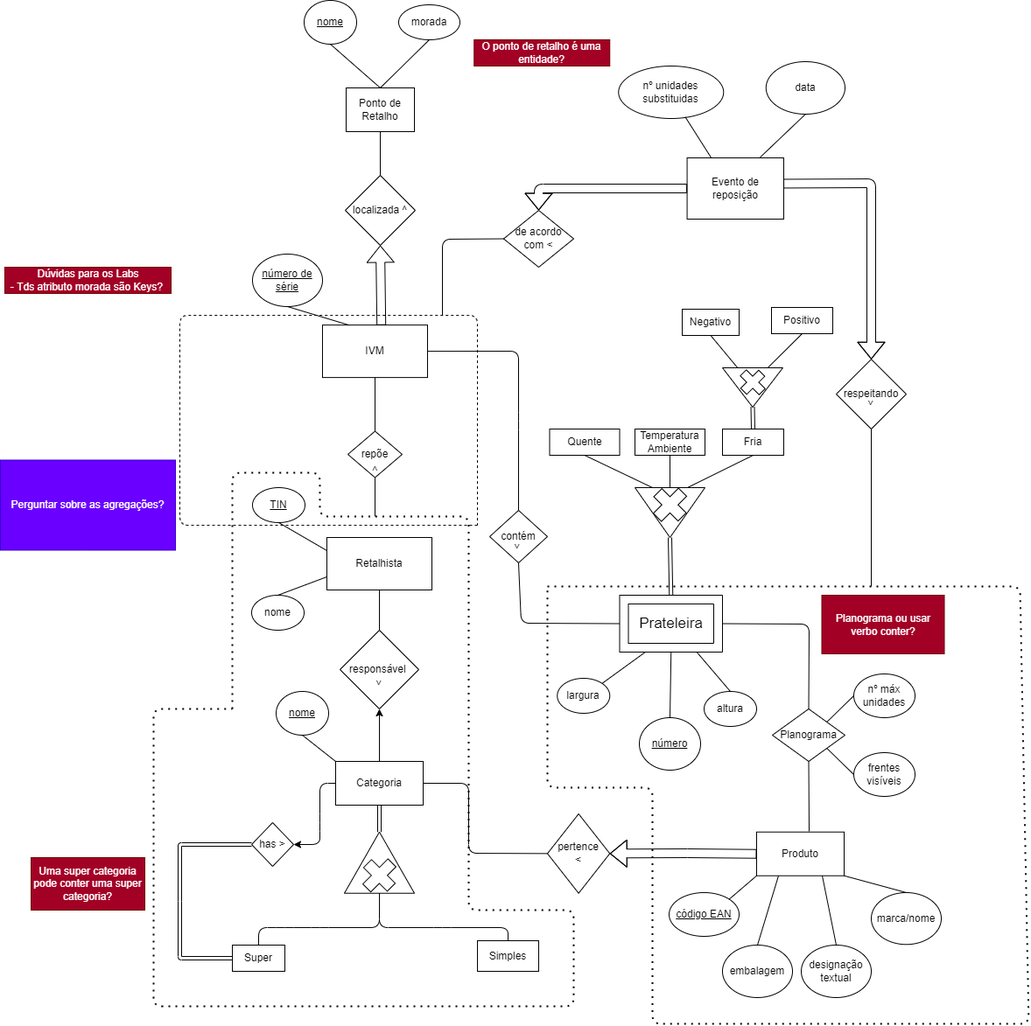
Above: Parte1/Projeto1.png in CaGonJo/BD_Project (draw.io), before the change. Source tidied: cells renumbered, new cells last; positions are measured from the earlier drawing's top-left corner, leaving out a move shared by most shapes.
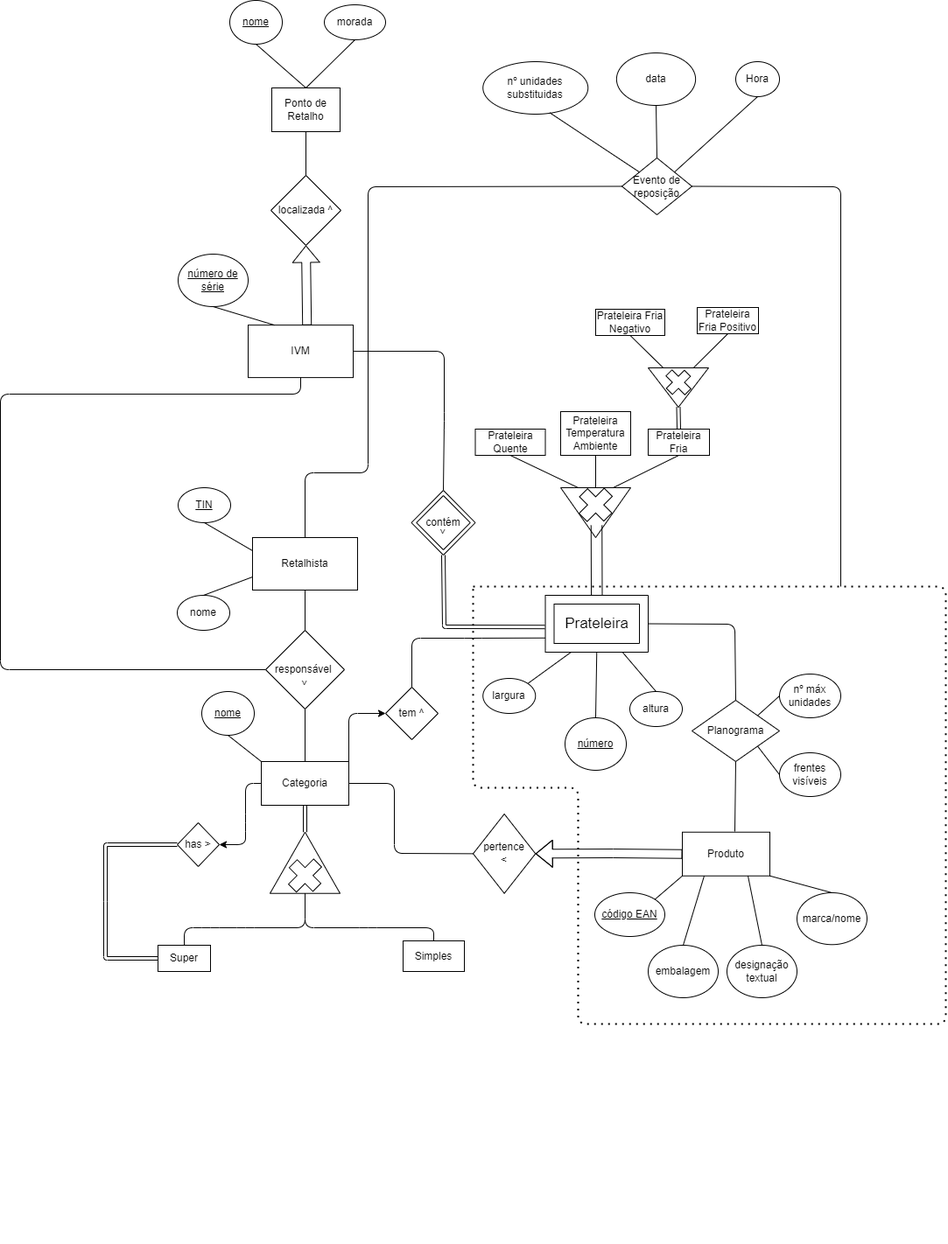
After the commit.

Change to the diagram source:
```diff
@@ -13,5 +13,9 @@
     </mxCell>
-    <mxCell id="5" style="edgeStyle=none;html=1;exitX=0.5;exitY=0;exitDx=0;exitDy=0;entryX=0.5;entryY=1;entryDx=0;entryDy=0;" parent="1" edge="1" source="6" target="65">
-      <mxGeometry relative="1" as="geometry" />
-    </mxCell>
+    <mxCell id="105" style="edgeStyle=none;html=1;exitX=1;exitY=0;exitDx=0;exitDy=0;entryX=0;entryY=0.5;entryDx=0;entryDy=0;" parent="1" edge="1" source="6" target="107">
+      <mxGeometry relative="1" as="geometry">
+        <Array as="points">
+          <mxPoint x="483" y="815" />
+        </Array>
+      </mxGeometry>
+    </mxCell>
     <mxCell id="6" value="Categoria" style="rounded=0;whiteSpace=wrap;html=1;" parent="1" vertex="1">
@@ -89,6 +93,6 @@
     </mxCell>
-    <mxCell id="24" value="Fria" style="rounded=0;whiteSpace=wrap;html=1;" parent="1" vertex="1">
+    <mxCell id="24" value="Prateleira Fria" style="rounded=0;whiteSpace=wrap;html=1;" parent="1" vertex="1">
       <mxGeometry x="825" y="490" width="70" height="30" as="geometry" />
     </mxCell>
-    <mxCell id="25" value="Quente" style="rounded=0;whiteSpace=wrap;html=1;" parent="1" vertex="1">
+    <mxCell id="25" value="Prateleira Quente" style="rounded=0;whiteSpace=wrap;html=1;" parent="1" vertex="1">
       <mxGeometry x="627.5" y="490" width="80" height="30" as="geometry" />
@@ -101,10 +105,10 @@
     </mxCell>
-    <mxCell id="28" value="Negativo" style="rounded=0;whiteSpace=wrap;html=1;" parent="1" vertex="1">
-      <mxGeometry x="779" y="353" width="65" height="30" as="geometry" />
+    <mxCell id="28" value="Prateleira Fria Negativo" style="rounded=0;whiteSpace=wrap;html=1;" parent="1" vertex="1">
+      <mxGeometry x="765" y="353" width="79" height="30" as="geometry" />
     </mxCell>
-    <mxCell id="29" value="Positivo" style="rounded=0;whiteSpace=wrap;html=1;" parent="1" vertex="1">
+    <mxCell id="29" value="Prateleira Fria Positivo" style="rounded=0;whiteSpace=wrap;html=1;" parent="1" vertex="1">
       <mxGeometry x="881" y="351" width="70" height="30" as="geometry" />
     </mxCell>
-    <mxCell id="30" value="Temperatura Ambiente" style="rounded=0;whiteSpace=wrap;html=1;" parent="1" vertex="1">
-      <mxGeometry x="725" y="490" width="80" height="30" as="geometry" />
+    <mxCell id="30" value="Prateleira Temperatura Ambiente" style="rounded=0;whiteSpace=wrap;html=1;" parent="1" vertex="1">
+      <mxGeometry x="725" y="470" width="80" height="50" as="geometry" />
     </mxCell>
@@ -141,3 +145,3 @@
     <mxCell id="41" value="Planograma" style="rhombus;whiteSpace=wrap;html=1;" parent="1" vertex="1">
-      <mxGeometry x="882" y="810" width="83" height="60" as="geometry" />
+      <mxGeometry x="875" y="800" width="100" height="70" as="geometry" />
     </mxCell>
@@ -183,4 +187,6 @@
     </mxCell>
-    <mxCell id="51" style="shape=link;html=1;exitX=1;exitY=0.5;exitDx=0;exitDy=0;entryX=0.5;entryY=0;entryDx=0;entryDy=0;entryPerimeter=0;" parent="1" edge="1" source="21" target="23">
-      <mxGeometry relative="1" as="geometry" />
+    <mxCell id="51" style="shape=link;html=1;entryX=0.5;entryY=0;entryDx=0;entryDy=0;entryPerimeter=0;width=12.5;" parent="1" edge="1" target="23">
+      <mxGeometry relative="1" as="geometry">
+        <mxPoint x="766" y="600" as="sourcePoint" />
+      </mxGeometry>
     </mxCell>
@@ -237,17 +243,3 @@
     </mxCell>
-    <mxCell id="67" value="repõe" style="rhombus;whiteSpace=wrap;html=1;" parent="1" vertex="1">
-      <mxGeometry x="397" y="492.5" width="62" height="53" as="geometry" />
-    </mxCell>
-    <mxCell id="68" style="endArrow=none;html=1;exitX=0.5;exitY=0;exitDx=0;exitDy=0;entryX=0.5;entryY=1;entryDx=0;entryDy=0;" parent="1" edge="1" source="67" target="2">
-      <mxGeometry relative="1" as="geometry" />
-    </mxCell>
-    <mxCell id="69" style="endArrow=none;html=1;entryX=0.5;entryY=1;entryDx=0;entryDy=0;" parent="1" edge="1" target="67">
-      <mxGeometry relative="1" as="geometry">
-        <mxPoint x="428" y="590" as="sourcePoint" />
-      </mxGeometry>
-    </mxCell>
-    <mxCell id="70" value="contém&lt;br&gt;" style="rhombus;whiteSpace=wrap;html=1;" parent="1" vertex="1">
-      <mxGeometry x="559" y="583" width="66" height="60" as="geometry" />
-    </mxCell>
-    <mxCell id="71" style="endArrow=none;html=1;exitX=1;exitY=0.5;exitDx=0;exitDy=0;entryX=0.5;entryY=0;entryDx=0;entryDy=0;" parent="1" edge="1" source="2" target="70">
+    <mxCell id="71" style="endArrow=none;html=1;exitX=1;exitY=0.5;exitDx=0;exitDy=0;entryX=0.5;entryY=0;entryDx=0;entryDy=0;" parent="1" edge="1" source="2" target="127">
       <mxGeometry relative="1" as="geometry">
@@ -259,15 +251,2 @@
     </mxCell>
-    <mxCell id="72" style="endArrow=none;html=1;exitX=0.5;exitY=1;exitDx=0;exitDy=0;entryX=0;entryY=0.5;entryDx=0;entryDy=0;entryPerimeter=0;" parent="1" edge="1" source="70" target="23">
-      <mxGeometry relative="1" as="geometry">
-        <Array as="points">
-          <mxPoint x="595" y="712" />
-        </Array>
-      </mxGeometry>
-    </mxCell>
-    <mxCell id="73" value="&amp;lt;" style="text;html=1;strokeColor=none;fillColor=none;align=center;verticalAlign=middle;whiteSpace=wrap;rounded=0;rotation=-90;" parent="1" vertex="1">
-      <mxGeometry x="576" y="614" width="30" height="20" as="geometry" />
-    </mxCell>
-    <mxCell id="74" value="&amp;lt;" style="text;html=1;strokeColor=none;fillColor=none;align=center;verticalAlign=middle;whiteSpace=wrap;rounded=0;rotation=90;" parent="1" vertex="1">
-      <mxGeometry x="413.8" y="525.5" width="30" height="20" as="geometry" />
-    </mxCell>
     <mxCell id="75" value="&amp;lt;" style="text;html=1;strokeColor=none;fillColor=none;align=center;verticalAlign=middle;whiteSpace=wrap;rounded=0;rotation=-90;" parent="1" vertex="1">
@@ -275,23 +254,2 @@
     </mxCell>
-    <mxCell id="76" style="endArrow=none;dashed=1;html=1;dashPattern=1 3;strokeWidth=2;" parent="1" edge="1">
-      <mxGeometry relative="1" as="geometry">
-        <mxPoint x="265" y="810" as="sourcePoint" />
-        <mxPoint x="265" y="810" as="targetPoint" />
-        <Array as="points">
-          <mxPoint x="265" y="540" />
-          <mxPoint x="325" y="540" />
-          <mxPoint x="365" y="540" />
-          <mxPoint x="365" y="590" />
-          <mxPoint x="535" y="590" />
-          <mxPoint x="535" y="1040" />
-          <mxPoint x="655" y="1040" />
-          <mxPoint x="655" y="1150" />
-          <mxPoint x="175" y="1150" />
-          <mxPoint x="175" y="810" />
-        </Array>
-      </mxGeometry>
-    </mxCell>
-    <mxCell id="77" value="Dúvidas para os Labs&lt;br&gt;- Tds atributo morada são Keys?&amp;nbsp;" style="text;html=1;align=center;verticalAlign=middle;strokeColor=#6F0000;fillColor=#a20025;fontColor=#ffffff;" parent="1" vertex="1">
-      <mxGeometry x="5" y="305" width="190" height="30" as="geometry" />
-    </mxCell>
     <mxCell id="78" value="Ponto de Retalho" style="rounded=0;whiteSpace=wrap;html=1;" parent="1" vertex="1">
@@ -320,14 +278,2 @@
     </mxCell>
-    <mxCell id="86" value="Uma super categoria pode conter uma super categoria?" style="text;html=1;strokeColor=#6F0000;fillColor=#a20025;align=center;verticalAlign=middle;whiteSpace=wrap;rounded=0;fontColor=#ffffff;" parent="1" vertex="1">
-      <mxGeometry x="35" y="980" width="130" height="60" as="geometry" />
-    </mxCell>
-    <mxCell id="87" value="Perguntar sobre as agregações?" style="text;html=1;strokeColor=#3700CC;fillColor=#6a00ff;align=center;verticalAlign=middle;whiteSpace=wrap;rounded=0;fontColor=#ffffff;" parent="1" vertex="1">
-      <mxGeometry y="525.5" width="200" height="103" as="geometry" />
-    </mxCell>
-    <mxCell id="88" value="O ponto de retalho é uma entidade?" style="text;html=1;strokeColor=#6F0000;fillColor=#a20025;align=center;verticalAlign=middle;whiteSpace=wrap;rounded=0;fontColor=#ffffff;" parent="1" vertex="1">
-      <mxGeometry x="541.2" y="45" width="155" height="30" as="geometry" />
-    </mxCell>
-    <mxCell id="89" value="Planograma ou usar verbo conter?" style="text;html=1;strokeColor=#6F0000;fillColor=#a20025;align=center;verticalAlign=middle;whiteSpace=wrap;rounded=0;fontColor=#ffffff;" parent="1" vertex="1">
-      <mxGeometry x="938.5" y="680" width="140" height="67" as="geometry" />
-    </mxCell>
     <mxCell id="90" style="endArrow=none;dashed=1;html=1;dashPattern=1 3;strokeWidth=2;" parent="1" edge="1">
@@ -338,3 +284,3 @@
           <mxPoint x="1165" y="670" />
-          <mxPoint x="1175" y="1170" />
+          <mxPoint x="1165" y="1170" />
           <mxPoint x="745" y="1170" />
@@ -350,33 +296,11 @@
     </mxCell>
-    <mxCell id="92" style="endArrow=none;dashed=1;html=1;" parent="1" edge="1">
-      <mxGeometry relative="1" as="geometry">
-        <mxPoint x="545" y="600" as="sourcePoint" />
-        <mxPoint x="545" y="600" as="targetPoint" />
-        <Array as="points">
-          <mxPoint x="205" y="600" />
-          <mxPoint x="205" y="360" />
-          <mxPoint x="425" y="360" />
-          <mxPoint x="545" y="360" />
-        </Array>
-      </mxGeometry>
-    </mxCell>
-    <mxCell id="93" value="Evento de reposição" style="rounded=0;whiteSpace=wrap;html=1;" parent="1" vertex="1">
-      <mxGeometry x="784.6" y="180" width="110.4" height="70" as="geometry" />
-    </mxCell>
-    <mxCell id="94" value="respeitando" style="rhombus;whiteSpace=wrap;html=1;" parent="1" vertex="1">
-      <mxGeometry x="955" y="410.2" width="80" height="79.8" as="geometry" />
-    </mxCell>
-    <mxCell id="95" style="endArrow=none;html=1;entryX=0.5;entryY=1;entryDx=0;entryDy=0;" parent="1" edge="1" target="94">
-      <mxGeometry relative="1" as="geometry">
-        <mxPoint x="995" y="670" as="sourcePoint" />
-      </mxGeometry>
-    </mxCell>
-    <mxCell id="96" value="de acordo com &amp;lt;" style="rhombus;whiteSpace=wrap;html=1;" parent="1" vertex="1">
-      <mxGeometry x="575" y="240" width="80" height="65" as="geometry" />
+    <mxCell id="96" value="Evento de reposição" style="rhombus;whiteSpace=wrap;html=1;" parent="1" vertex="1">
+      <mxGeometry x="795" y="180" width="80" height="65" as="geometry" />
     </mxCell>
-    <mxCell id="97" style="endArrow=none;html=1;entryX=0;entryY=0.5;entryDx=0;entryDy=0;" parent="1" edge="1" target="96">
+    <mxCell id="97" style="endArrow=none;html=1;entryX=0;entryY=0.5;entryDx=0;entryDy=0;exitX=0.5;exitY=0;exitDx=0;exitDy=0;" parent="1" edge="1" source="42" target="96">
       <mxGeometry relative="1" as="geometry">
-        <mxPoint x="505" y="360" as="sourcePoint" />
         <Array as="points">
-          <mxPoint x="505" y="273" />
+          <mxPoint x="433" y="540" />
+          <mxPoint x="505" y="540" />
+          <mxPoint x="505" y="213" />
         </Array>
@@ -385,30 +309,108 @@
     <mxCell id="98" value="nº unidades substituidas" style="ellipse;whiteSpace=wrap;html=1;" parent="1" vertex="1">
-      <mxGeometry x="706.2" y="75" width="120" height="60" as="geometry" />
+      <mxGeometry x="636.2" y="70" width="120" height="60" as="geometry" />
     </mxCell>
     <mxCell id="99" value="data" style="ellipse;whiteSpace=wrap;html=1;" parent="1" vertex="1">
-      <mxGeometry x="874.8" y="70" width="90.2" height="60" as="geometry" />
+      <mxGeometry x="788.9" y="60" width="90.2" height="60" as="geometry" />
     </mxCell>
-    <mxCell id="100" style="endArrow=none;html=1;entryX=0.636;entryY=0.973;entryDx=0;entryDy=0;entryPerimeter=0;exitX=0.25;exitY=0;exitDx=0;exitDy=0;" parent="1" edge="1" source="93" target="98">
+    <mxCell id="100" style="endArrow=none;html=1;entryX=0.636;entryY=0.973;entryDx=0;entryDy=0;entryPerimeter=0;exitX=0;exitY=0;exitDx=0;exitDy=0;" parent="1" edge="1" source="96" target="98">
       <mxGeometry relative="1" as="geometry" />
     </mxCell>
-    <mxCell id="101" style="endArrow=none;html=1;entryX=0.5;entryY=1;entryDx=0;entryDy=0;exitX=0.75;exitY=0;exitDx=0;exitDy=0;" parent="1" edge="1" source="93" target="99">
+    <mxCell id="101" style="endArrow=none;html=1;entryX=0.5;entryY=1;entryDx=0;entryDy=0;exitX=0.5;exitY=0;exitDx=0;exitDy=0;" parent="1" edge="1" source="96" target="99">
       <mxGeometry relative="1" as="geometry" />
     </mxCell>
-    <mxCell id="102" value="&amp;lt;" style="text;html=1;strokeColor=none;fillColor=none;align=center;verticalAlign=middle;whiteSpace=wrap;rounded=0;rotation=-90;" parent="1" vertex="1">
-      <mxGeometry x="980" y="450" width="30" height="20" as="geometry" />
-    </mxCell>
-    <mxCell id="103" style="shape=flexArrow;endArrow=classic;html=1;exitX=0.996;exitY=0.421;exitDx=0;exitDy=0;exitPerimeter=0;entryX=0.5;entryY=0;entryDx=0;entryDy=0;" parent="1" edge="1" source="93" target="94">
-      <mxGeometry relative="1" as="geometry">
-        <Array as="points">
-          <mxPoint x="995" y="209" />
-        </Array>
-      </mxGeometry>
-    </mxCell>
-    <mxCell id="104" style="shape=flexArrow;endArrow=classic;html=1;exitX=0;exitY=0.5;exitDx=0;exitDy=0;entryX=0.5;entryY=0;entryDx=0;entryDy=0;" parent="1" edge="1" source="93" target="96">
-      <mxGeometry relative="1" as="geometry">
-        <Array as="points">
-          <mxPoint x="615" y="215" />
-        </Array>
-      </mxGeometry>
-    </mxCell>
+    <mxCell id="106" style="endArrow=none;html=1;entryX=0.5;entryY=1;entryDx=0;entryDy=0;exitX=0;exitY=0.5;exitDx=0;exitDy=0;" parent="1" edge="1" source="65" target="2">
+      <mxGeometry relative="1" as="geometry">
+        <Array as="points">
+          <mxPoint x="85" y="765" />
+          <mxPoint x="85" y="450" />
+          <mxPoint x="428" y="450" />
+        </Array>
+      </mxGeometry>
+    </mxCell>
+    <mxCell id="5" style="endArrow=none;html=1;exitX=0.5;exitY=0;exitDx=0;exitDy=0;entryX=0.5;entryY=1;entryDx=0;entryDy=0;" parent="1" edge="1" source="6" target="65">
+      <mxGeometry relative="1" as="geometry" />
+    </mxCell>
+    <mxCell id="107" value="tem ^" style="rhombus;whiteSpace=wrap;html=1;" parent="1" vertex="1">
+      <mxGeometry x="525" y="785" width="60" height="60" as="geometry" />
+    </mxCell>
+    <mxCell id="108" style="endArrow=none;html=1;exitX=0.5;exitY=0;exitDx=0;exitDy=0;entryX=0;entryY=0;entryDx=0;entryDy=48.75;entryPerimeter=0;" parent="1" edge="1" source="107" target="23">
+      <mxGeometry relative="1" as="geometry">
+        <Array as="points">
+          <mxPoint x="555" y="729" />
+          <mxPoint x="625" y="729" />
+        </Array>
+      </mxGeometry>
+    </mxCell>
+    <mxCell id="109" value="Hora" style="ellipse;whiteSpace=wrap;html=1;" parent="1" vertex="1">
+      <mxGeometry x="925" y="70" width="50" height="40" as="geometry" />
+    </mxCell>
+    <mxCell id="110" style="endArrow=none;html=1;exitX=1;exitY=0;exitDx=0;exitDy=0;entryX=0.5;entryY=1;entryDx=0;entryDy=0;" parent="1" edge="1" source="96" target="109">
+      <mxGeometry relative="1" as="geometry" />
+    </mxCell>
+    <mxCell id="111" style="endArrow=none;html=1;entryX=1;entryY=0.5;entryDx=0;entryDy=0;" parent="1" edge="1" target="96">
+      <mxGeometry relative="1" as="geometry">
+        <mxPoint x="1045" y="670" as="sourcePoint" />
+        <Array as="points">
+          <mxPoint x="1045" y="213" />
+        </Array>
+      </mxGeometry>
+    </mxCell>
+    <mxCell id="112" value="&lt;font color=&quot;#ffffff&quot;&gt;(RI-1)&lt;/font&gt;" style="text;html=1;strokeColor=none;fillColor=none;align=center;verticalAlign=middle;whiteSpace=wrap;rounded=0;" parent="1" vertex="1">
+      <mxGeometry x="735" y="225" width="60" height="30" as="geometry" />
+    </mxCell>
+    <mxCell id="113" value="(RI-1):&amp;nbsp; O nº de unidades repostas no evento de reposição tem de respeitar o número definido no planograma" style="text;html=1;strokeColor=none;fillColor=none;align=center;verticalAlign=middle;whiteSpace=wrap;rounded=0;fontColor=#FFFFFF;" parent="1" vertex="1">
+      <mxGeometry x="245" y="1150" width="370" height="50" as="geometry" />
+    </mxCell>
+    <mxCell id="114" value="(RI-2)" style="text;html=1;strokeColor=none;fillColor=none;align=center;verticalAlign=middle;whiteSpace=wrap;rounded=0;fontColor=#FFFFFF;" parent="1" vertex="1">
+      <mxGeometry x="483" y="780" width="60" height="30" as="geometry" />
+    </mxCell>
+    <mxCell id="115" value="(RI-2): Cada categoria está associada a um tipo de prateleira, não a uma prateleira específica" style="text;html=1;strokeColor=none;fillColor=none;align=center;verticalAlign=middle;whiteSpace=wrap;rounded=0;fontColor=#FFFFFF;" parent="1" vertex="1">
+      <mxGeometry x="245" y="1210" width="350" height="30" as="geometry" />
+    </mxCell>
+    <mxCell id="116" value="(RI-3)" style="text;html=1;strokeColor=none;fillColor=none;align=center;verticalAlign=middle;whiteSpace=wrap;rounded=0;fontColor=#FFFFFF;" parent="1" vertex="1">
+      <mxGeometry x="265" y="644" width="60" height="30" as="geometry" />
+    </mxCell>
+    <mxCell id="117" value="(RI-3): O nome de cada retalhista e único" style="text;html=1;strokeColor=none;fillColor=none;align=center;verticalAlign=middle;whiteSpace=wrap;rounded=0;fontColor=#FFFFFF;" parent="1" vertex="1">
+      <mxGeometry x="205" y="1250" width="330" height="30" as="geometry" />
+    </mxCell>
+    <mxCell id="118" value="(RI-4)" style="text;html=1;strokeColor=none;fillColor=none;align=center;verticalAlign=middle;whiteSpace=wrap;rounded=0;fontColor=#FFFFFF;" parent="1" vertex="1">
+      <mxGeometry x="745" y="1070" width="60" height="30" as="geometry" />
+    </mxCell>
+    <mxCell id="119" value="(RI-4): O código EAN tem de ter 13 dígitos" style="text;html=1;strokeColor=none;fillColor=none;align=center;verticalAlign=middle;whiteSpace=wrap;rounded=0;fontColor=#FFFFFF;" parent="1" vertex="1">
+      <mxGeometry x="253" y="1290" width="240" height="10" as="geometry" />
+    </mxCell>
+    <mxCell id="120" value="(RI-5)" style="text;html=1;strokeColor=none;fillColor=none;align=center;verticalAlign=middle;whiteSpace=wrap;rounded=0;fontColor=#FFFFFF;" parent="1" vertex="1">
+      <mxGeometry x="636.2" y="820" width="60" height="30" as="geometry" />
+    </mxCell>
+    <mxCell id="121" value="(RI-5): A largura e altura têm de ser em cêntimetros" style="text;html=1;strokeColor=none;fillColor=none;align=center;verticalAlign=middle;whiteSpace=wrap;rounded=0;fontColor=#FFFFFF;" parent="1" vertex="1">
+      <mxGeometry x="245" y="1310" width="240" height="40" as="geometry" />
+    </mxCell>
+    <mxCell id="122" value="(RI-6)" style="text;html=1;strokeColor=none;fillColor=none;align=center;verticalAlign=middle;whiteSpace=wrap;rounded=0;fontColor=#FFFFFF;" parent="1" vertex="1">
+      <mxGeometry x="665" y="170" width="60" height="30" as="geometry" />
+    </mxCell>
+    <mxCell id="123" value="(RI-6): Um retalhista só pode repôr produtos de uma categoria de que esteja responsável" style="text;html=1;strokeColor=none;fillColor=none;align=center;verticalAlign=middle;whiteSpace=wrap;rounded=0;fontColor=#FFFFFF;" parent="1" vertex="1">
+      <mxGeometry x="253" y="1350" width="250" height="40" as="geometry" />
+    </mxCell>
+    <mxCell id="124" value="(RI-7)" style="text;html=1;strokeColor=none;fillColor=none;align=center;verticalAlign=middle;whiteSpace=wrap;rounded=0;fontColor=#FFFFFF;" parent="1" vertex="1">
+      <mxGeometry x="155" y="730" width="60" height="30" as="geometry" />
+    </mxCell>
+    <mxCell id="125" value="(RI-7): Numa IVM cada categoria só pode estar associada a um retalhista" style="text;html=1;strokeColor=none;fillColor=none;align=center;verticalAlign=middle;whiteSpace=wrap;rounded=0;fontColor=#FFFFFF;" parent="1" vertex="1">
+      <mxGeometry x="253" y="1390" width="260" height="30" as="geometry" />
+    </mxCell>
+    <mxCell id="126" style="shape=link;html=1;exitX=0.5;exitY=1;exitDx=0;exitDy=0;entryX=-0.005;entryY=0.557;entryDx=0;entryDy=0;entryPerimeter=0;" parent="1" edge="1" source="127" target="23">
+      <mxGeometry relative="1" as="geometry">
+        <Array as="points">
+          <mxPoint x="592" y="716" />
+        </Array>
+      </mxGeometry>
+    </mxCell>
+    <mxCell id="127" style="rhombus;whiteSpace=wrap;html=1;" parent="1" vertex="1">
+      <mxGeometry x="554.5" y="560" width="73" height="74" as="geometry" />
+    </mxCell>
+    <mxCell id="70" value="contém" style="rhombus;whiteSpace=wrap;html=1;" parent="1" vertex="1">
+      <mxGeometry x="560.2" y="566" width="61.5" height="62" as="geometry" />
+    </mxCell>
+    <mxCell id="128" value="&amp;lt;" style="text;html=1;strokeColor=none;fillColor=none;align=center;verticalAlign=middle;whiteSpace=wrap;rounded=0;rotation=-90;" parent="1" vertex="1">
+      <mxGeometry x="576" y="597" width="30" height="20" as="geometry" />
+    </mxCell>
   </root>
```
